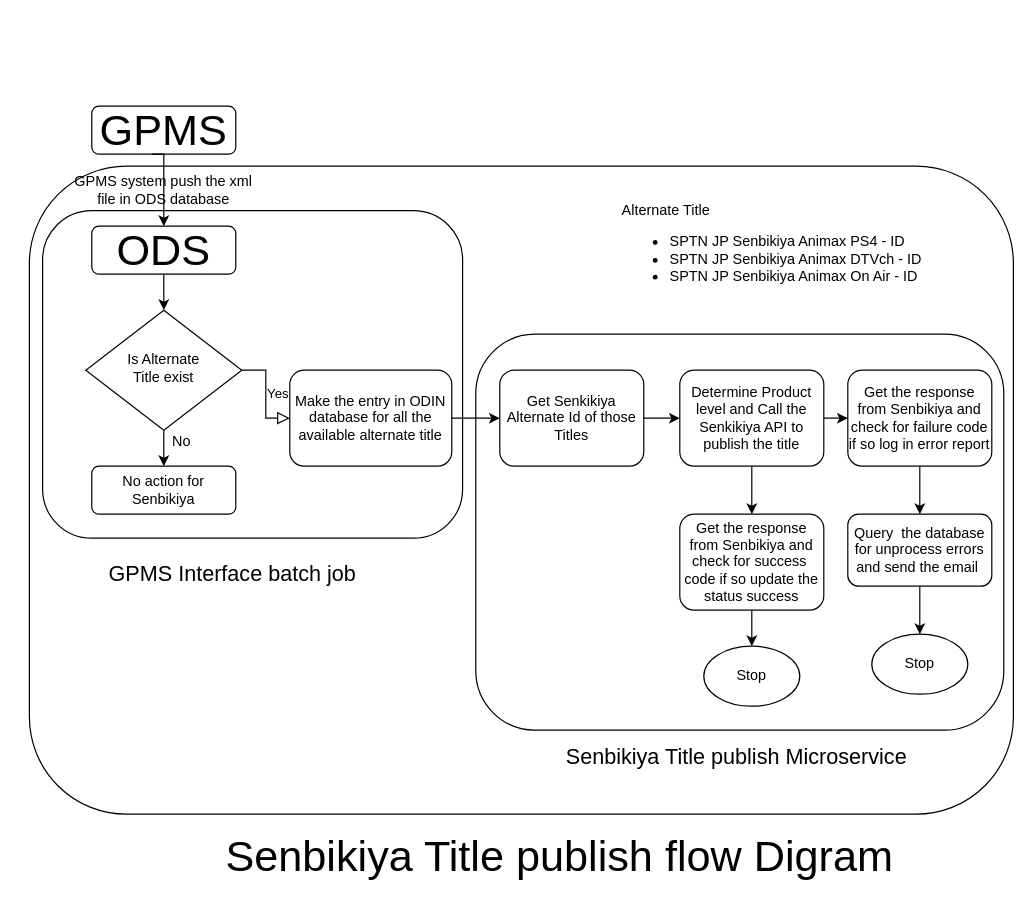
The draw.io diagram Untitled Diagram.drawio in jkumar0021/jksingh, before the edit. Source tidied: cells renumbered, new cells numbered last; positions are measured from the earlier drawing's top-left corner, leaving out a move shared by most shapes. Both pictures are drawn from the tidied source at 120%, with x=0, y=0 at pixel (29, 106).
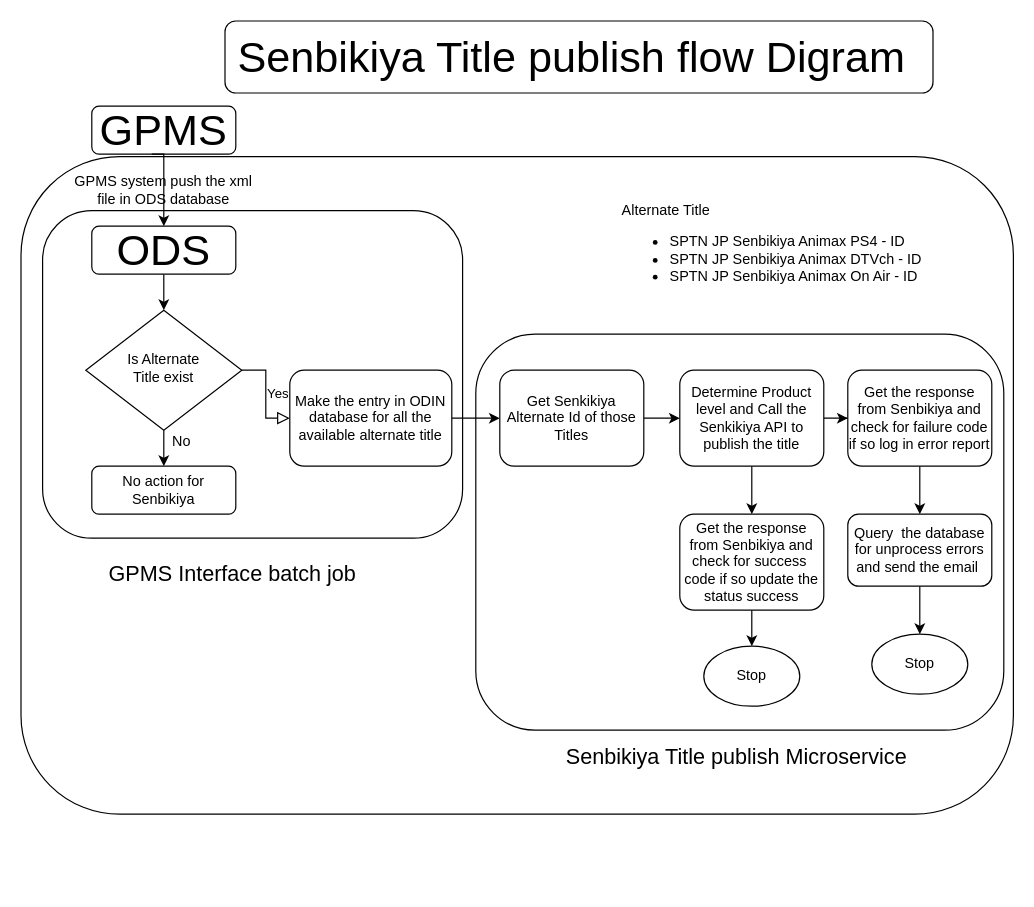
Above is the later version.

The edit, as a diff of the source:
```diff
@@
+    <mxCell id="35" style="rounded=1;whiteSpace=wrap;html=1;" parent="1" vertex="1">
+      <mxGeometry x="163" y="-71" width="590" height="60" as="geometry" />
+    </mxCell>
     <mxCell id="2" style="rounded=1;whiteSpace=wrap;html=1;" parent="1" vertex="1">
-      <mxGeometry y="50" width="820" height="540" as="geometry" />
+      <mxGeometry x="-7" y="42" width="827" height="548" as="geometry" />
     </mxCell>
@@
     <mxCell id="34" value="&lt;font style=&quot;font-size: 36px&quot;&gt;Senbikiya Title publish flow Digram&lt;/font&gt;" style="text;html=1;strokeColor=none;fillColor=none;align=center;verticalAlign=middle;whiteSpace=wrap;rounded=0;" parent="1" vertex="1">
-      <mxGeometry x="142" y="600" width="600" height="50" as="geometry" />
+      <mxGeometry x="152" y="-66" width="600" height="50" as="geometry" />
     </mxCell>
```
